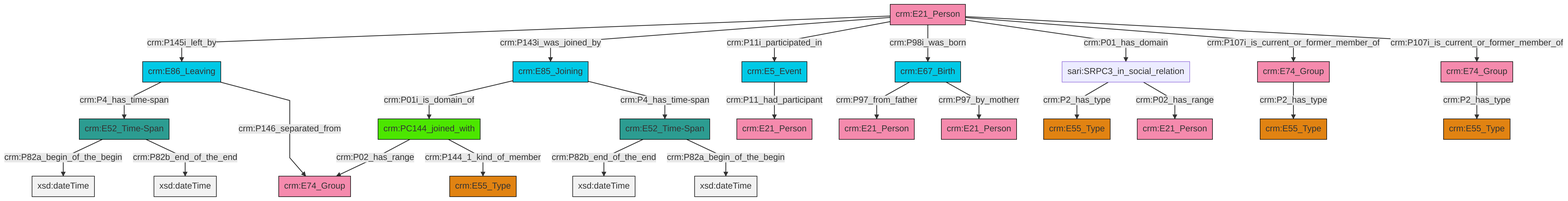
swiss-art-research-net/docs.swissartresearch keeps this Mermaid diagram as et/personCSV/ttl/mmd/png/Person_Actor_Relations.png. Above is the earlier version. Its source is kept beside it as et/personCSV/ttl/mmd/Person_Actor_Relations.ttl.mmd.
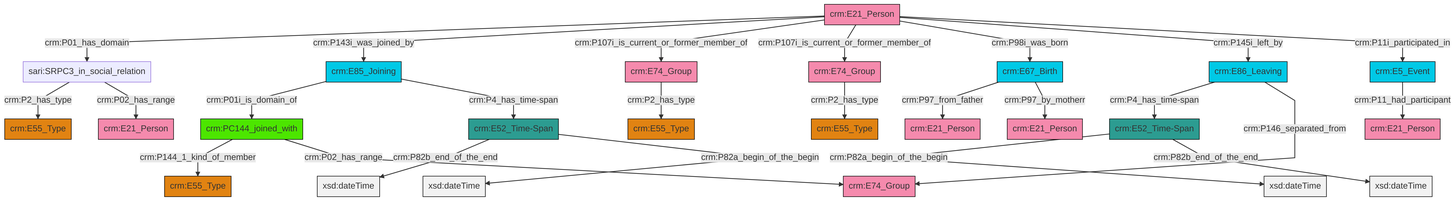
The same diagram one commit later.

What changed in the source:
```diff
@@ -13,27 +13,27 @@
 classDef PC_Classes fill:#4ce600, stroke:#000000;
 classDef Multi fill:#cccccc,stroke:#000000;
 
-6["crm:PC144_joined_with"]:::PC_Classes -->|crm:P02_has_range| 7["crm:E74_Group"]:::Actor
-8["crm:E52_Time-Span"]:::Time-Span -->|crm:P82b_end_of_the_end| 9[xsd:dateTime]:::Literal
-10["crm:E86_Leaving"]:::Temporal_Entity -->|crm:P4_has_time-span| 11["crm:E52_Time-Span"]:::Time-Span
-10["crm:E86_Leaving"]:::Temporal_Entity -->|crm:P146_separated_from| 7["crm:E74_Group"]:::Actor
-6["crm:PC144_joined_with"]:::PC_Classes -->|crm:P144_1_kind_of_member| 4["crm:E55_Type"]:::Type
-14["crm:E21_Person"]:::Actor -->|crm:P145i_left_by| 10["crm:E86_Leaving"]:::Temporal_Entity
-8["crm:E52_Time-Span"]:::Time-Span -->|crm:P82a_begin_of_the_begin| 15[xsd:dateTime]:::Literal
-14["crm:E21_Person"]:::Actor -->|crm:P143i_was_joined_by| 2["crm:E85_Joining"]:::Temporal_Entity
-18["crm:E74_Group"]:::Actor -->|crm:P2_has_type| 19["crm:E55_Type"]:::Type
-25["crm:E74_Group"]:::Actor -->|crm:P2_has_type| 0["crm:E55_Type"]:::Type
-16["sari:SRPC3_in_social_relation"]:::Default -->|crm:P2_has_type| 26["crm:E55_Type"]:::Type
-12["crm:E67_Birth"]:::Temporal_Entity -->|crm:P97_from_father| 29["crm:E21_Person"]:::Actor
-12["crm:E67_Birth"]:::Temporal_Entity -->|crm:P97_by_motherr| 27["crm:E21_Person"]:::Actor
-11["crm:E52_Time-Span"]:::Time-Span -->|crm:P82a_begin_of_the_begin| 30[xsd:dateTime]:::Literal
-16["sari:SRPC3_in_social_relation"]:::Default -->|crm:P02_has_range| 23["crm:E21_Person"]:::Actor
-38["crm:E5_Event"]:::Temporal_Entity -->|crm:P11_had_participant| 40["crm:E21_Person"]:::Actor
-14["crm:E21_Person"]:::Actor -->|crm:P11i_participated_in| 38["crm:E5_Event"]:::Temporal_Entity
-11["crm:E52_Time-Span"]:::Time-Span -->|crm:P82b_end_of_the_end| 41[xsd:dateTime]:::Literal
-2["crm:E85_Joining"]:::Temporal_Entity -->|crm:P01i_is_domain_of| 6["crm:PC144_joined_with"]:::PC_Classes
-14["crm:E21_Person"]:::Actor -->|crm:P98i_was_born| 12["crm:E67_Birth"]:::Temporal_Entity
-2["crm:E85_Joining"]:::Temporal_Entity -->|crm:P4_has_time-span| 8["crm:E52_Time-Span"]:::Time-Span
-14["crm:E21_Person"]:::Actor -->|crm:P01_has_domain| 16["sari:SRPC3_in_social_relation"]:::Default
-14["crm:E21_Person"]:::Actor -->|crm:P107i_is_current_or_former_member_of| 18["crm:E74_Group"]:::Actor
-14["crm:E21_Person"]:::Actor -->|crm:P107i_is_current_or_former_member_of| 25["crm:E74_Group"]:::Actor
+4["crm:E21_Person"]:::Actor -->|crm:P01_has_domain| 5["sari:SRPC3_in_social_relation"]:::Default
+8["crm:PC144_joined_with"]:::PC_Classes -->|crm:P144_1_kind_of_member| 9["crm:E55_Type"]:::Type
+11["crm:E74_Group"]:::Actor -->|crm:P2_has_type| 12["crm:E55_Type"]:::Type
+4["crm:E21_Person"]:::Actor -->|crm:P143i_was_joined_by| 15["crm:E85_Joining"]:::Temporal_Entity
+15["crm:E85_Joining"]:::Temporal_Entity -->|crm:P01i_is_domain_of| 8["crm:PC144_joined_with"]:::PC_Classes
+16["crm:E86_Leaving"]:::Temporal_Entity -->|crm:P4_has_time-span| 17["crm:E52_Time-Span"]:::Time-Span
+13["crm:E52_Time-Span"]:::Time-Span -->|crm:P82b_end_of_the_end| 19[xsd:dateTime]:::Literal
+2["crm:E67_Birth"]:::Temporal_Entity -->|crm:P97_from_father| 0["crm:E21_Person"]:::Actor
+16["crm:E86_Leaving"]:::Temporal_Entity -->|crm:P146_separated_from| 22["crm:E74_Group"]:::Actor
+5["sari:SRPC3_in_social_relation"]:::Default -->|crm:P2_has_type| 23["crm:E55_Type"]:::Type
+17["crm:E52_Time-Span"]:::Time-Span -->|crm:P82a_begin_of_the_begin| 26[xsd:dateTime]:::Literal
+17["crm:E52_Time-Span"]:::Time-Span -->|crm:P82b_end_of_the_end| 27[xsd:dateTime]:::Literal
+4["crm:E21_Person"]:::Actor -->|crm:P107i_is_current_or_former_member_of| 28["crm:E74_Group"]:::Actor
+4["crm:E21_Person"]:::Actor -->|crm:P107i_is_current_or_former_member_of| 11["crm:E74_Group"]:::Actor
+4["crm:E21_Person"]:::Actor -->|crm:P98i_was_born| 2["crm:E67_Birth"]:::Temporal_Entity
+2["crm:E67_Birth"]:::Temporal_Entity -->|crm:P97_by_motherr| 6["crm:E21_Person"]:::Actor
+15["crm:E85_Joining"]:::Temporal_Entity -->|crm:P4_has_time-span| 13["crm:E52_Time-Span"]:::Time-Span
+4["crm:E21_Person"]:::Actor -->|crm:P145i_left_by| 16["crm:E86_Leaving"]:::Temporal_Entity
+4["crm:E21_Person"]:::Actor -->|crm:P11i_participated_in| 36["crm:E5_Event"]:::Temporal_Entity
+8["crm:PC144_joined_with"]:::PC_Classes -->|crm:P02_has_range| 22["crm:E74_Group"]:::Actor
+36["crm:E5_Event"]:::Temporal_Entity -->|crm:P11_had_participant| 39["crm:E21_Person"]:::Actor
+5["sari:SRPC3_in_social_relation"]:::Default -->|crm:P02_has_range| 24["crm:E21_Person"]:::Actor
+13["crm:E52_Time-Span"]:::Time-Span -->|crm:P82a_begin_of_the_begin| 40[xsd:dateTime]:::Literal
+28["crm:E74_Group"]:::Actor -->|crm:P2_has_type| 42["crm:E55_Type"]:::Type
```
